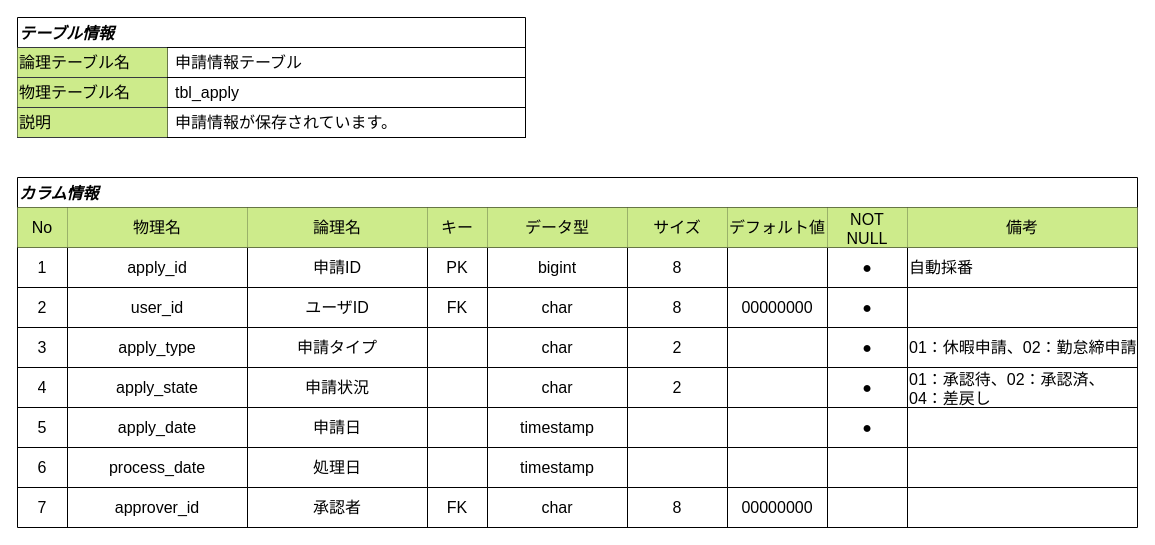
Before: docs/database/tbl_apply.drawio in youkobaske/agentSupport-attendanceSystem, a draw.io diagram. Source tidied: cells renumbered, new cells numbered last; positions are measured from the earlier drawing's top-left corner, leaving out a move shared by most shapes. Both pictures are drawn from the tidied source at 100%, with x=0, y=0 at pixel (17, 17).
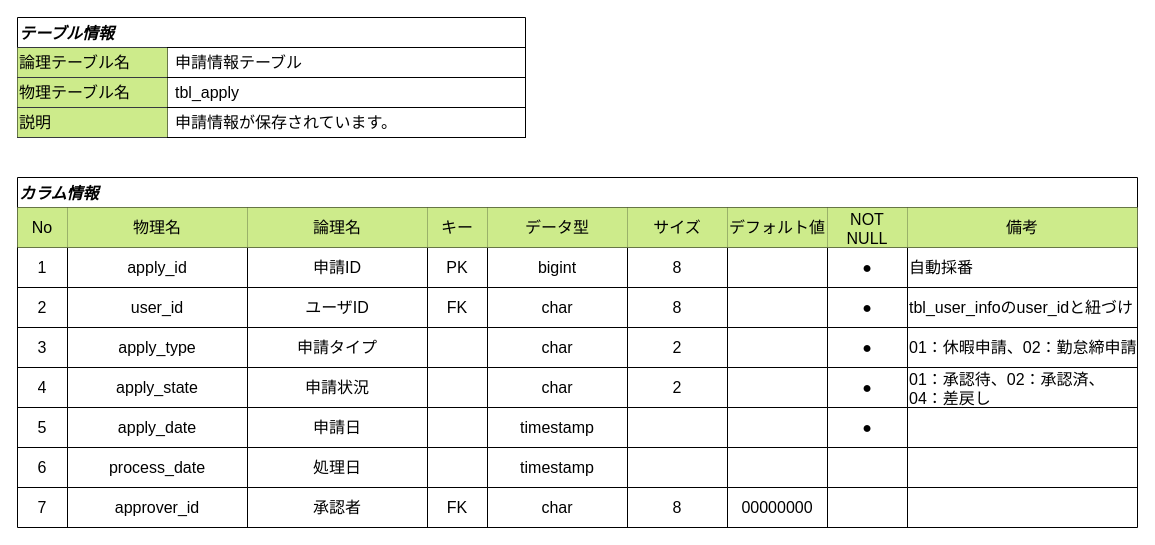
After the change.

The change refers to these unchanged cells:
```xml
<mxCell id="33" style="shape=tableRow;horizontal=0;startSize=0;swimlaneHead=0;swimlaneBody=0;strokeColor=inherit;top=0;left=0;bottom=0;right=0;fillColor=none;fontSize=16;" parent="12" vertex="1">
  <mxGeometry y="110" width="1120" height="40" as="geometry" />
</mxCell>
```

Change to the diagram source:
```diff
@@
-    <mxCell id="40" value="00000000" style="shape=partialRectangle;html=1;whiteSpace=wrap;strokeColor=inherit;overflow=hidden;fillColor=none;top=0;left=0;bottom=0;right=0;fontSize=16;" parent="33" vertex="1">
+    <mxCell id="40" style="shape=partialRectangle;html=1;whiteSpace=wrap;strokeColor=inherit;overflow=hidden;fillColor=none;top=0;left=0;bottom=0;right=0;fontSize=16;" parent="33" vertex="1">
       <mxGeometry x="710" width="100" height="40" as="geometry" />
     </mxCell>
@@
-    <mxCell id="42" style="shape=partialRectangle;html=1;whiteSpace=wrap;strokeColor=inherit;overflow=hidden;fillColor=none;top=0;left=0;bottom=0;right=0;fontSize=16;align=left;" parent="33" vertex="1">
+    <mxCell id="42" value="tbl_user_infoのuser_idと紐づけ" style="shape=partialRectangle;html=1;whiteSpace=wrap;strokeColor=inherit;overflow=hidden;fillColor=none;top=0;left=0;bottom=0;right=0;fontSize=16;align=left;" parent="33" vertex="1">
       <mxGeometry x="890" width="230" height="40" as="geometry" />
     </mxCell>
```
